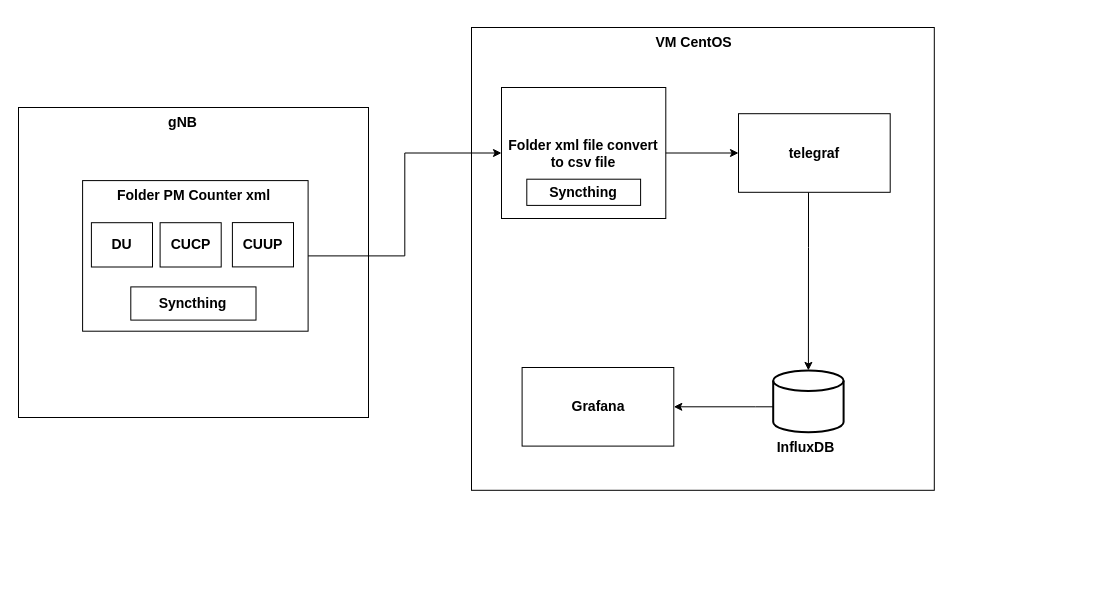
This is Document_Probation/TIG.drawio from lethanhhai279/TMA, a draw.io file, before an edit. Source tidied: cells renumbered, new cells numbered last; positions are measured from the earlier drawing's top-left corner, leaving out a move shared by most shapes. Both pictures are drawn from the tidied source at 100%, with x=0, y=0 at pixel (18, 17).
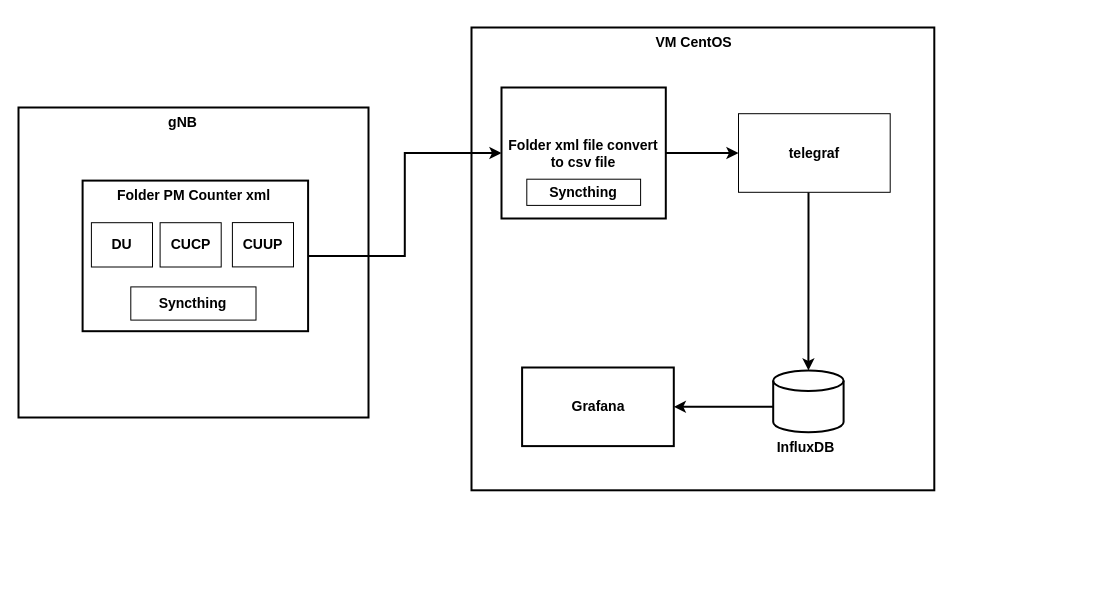
The same diagram, later.

Unchanged cells that the change refers to:
```xml
<mxCell id="3" style="group;" parent="2" vertex="1">
  <mxGeometry y="10" width="530.9" height="556.9" as="geometry" />
</mxCell>
<mxCell id="7" value="&lt;font style=&quot;font-size: 14px;&quot;&gt;&lt;b&gt;telegraf&lt;/b&gt;&lt;/font&gt;" style="rounded=0;whiteSpace=wrap;html=1;" parent="3" vertex="1">
  <mxGeometry x="267" y="86.2" width="151.7" height="78.6" as="geometry" />
</mxCell>
<mxCell id="9" style="group;" parent="3" vertex="1">
  <mxGeometry x="30" y="60" width="164.3" height="131" as="geometry" />
</mxCell>
<mxCell id="16" style="strokeWidth=2;html=1;shape=mxgraph.flowchart.database;whiteSpace=wrap;" parent="15" vertex="1">
  <mxGeometry x="11.7" width="70.4" height="61.9" as="geometry" />
</mxCell>
```

The edit, as a diff of the source:
```diff
@@
-    <mxCell id="4" style="whiteSpace=wrap;html=1;" parent="3" vertex="1">
+    <mxCell id="4" style="whiteSpace=wrap;html=1;strokeWidth=2;" parent="3" vertex="1">
       <mxGeometry width="462.8" height="462.8" as="geometry" />
     </mxCell>
-    <mxCell id="5" value="&lt;b&gt;&lt;font style=&quot;font-size: 14px;&quot;&gt;Grafana&lt;/font&gt;&lt;/b&gt;" style="rounded=0;whiteSpace=wrap;html=1;" parent="3" vertex="1">
+    <mxCell id="5" value="&lt;b&gt;&lt;font style=&quot;font-size: 14px;&quot;&gt;Grafana&lt;/font&gt;&lt;/b&gt;" style="rounded=0;whiteSpace=wrap;html=1;strokeWidth=2;" parent="3" vertex="1">
       <mxGeometry x="50.6" y="340" width="151.7" height="78.6" as="geometry" />
     </mxCell>
-    <mxCell id="6" style="edgeStyle=orthogonalEdgeStyle;rounded=0;jettySize=auto;html=1;entryX=0.5;entryY=0;entryDx=0;entryDy=0;entryPerimeter=0;" parent="3" edge="1" source="7" target="16">
+    <mxCell id="6" style="edgeStyle=orthogonalEdgeStyle;rounded=0;jettySize=auto;html=1;entryX=0.5;entryY=0;entryDx=0;entryDy=0;entryPerimeter=0;strokeWidth=2;" parent="3" edge="1" source="7" target="16">
       <mxGeometry relative="1" as="geometry">
         <Array as="points">
           <mxPoint x="337" y="220" />
           <mxPoint x="337" y="220" />
         </Array>
       </mxGeometry>
     </mxCell>
@@
-    <mxCell id="10" value="&lt;b&gt;&lt;font style=&quot;font-size: 14px;&quot;&gt;Folder xml file convert to csv file&lt;/font&gt;&lt;/b&gt;" style="rounded=0;whiteSpace=wrap;html=1;" parent="9" vertex="1">
+    <mxCell id="10" value="&lt;b&gt;&lt;font style=&quot;font-size: 14px;&quot;&gt;Folder xml file convert to csv file&lt;/font&gt;&lt;/b&gt;" style="rounded=0;whiteSpace=wrap;html=1;strokeWidth=2;" parent="9" vertex="1">
       <mxGeometry width="164.3" height="131" as="geometry" />
     </mxCell>
@@
-    <mxCell id="12" style="edgeStyle=orthogonalEdgeStyle;rounded=0;jettySize=auto;html=1;entryX=0;entryY=0.5;entryDx=0;entryDy=0;" parent="3" edge="1" source="10" target="7">
+    <mxCell id="12" style="edgeStyle=orthogonalEdgeStyle;rounded=0;jettySize=auto;html=1;entryX=0;entryY=0.5;entryDx=0;entryDy=0;strokeWidth=2;" parent="3" edge="1" source="10" target="7">
       <mxGeometry relative="1" as="geometry" />
     </mxCell>
-    <mxCell id="13" style="edgeStyle=orthogonalEdgeStyle;rounded=0;jettySize=auto;html=1;entryX=1;entryY=0.5;entryDx=0;entryDy=0;" parent="3" edge="1" source="16" target="5">
+    <mxCell id="13" style="edgeStyle=orthogonalEdgeStyle;rounded=0;jettySize=auto;html=1;entryX=1;entryY=0.5;entryDx=0;entryDy=0;strokeWidth=2;" parent="3" edge="1" source="16" target="5">
       <mxGeometry relative="1" as="geometry">
         <Array as="points">
           <mxPoint x="284" y="380" />
         </Array>
       </mxGeometry>
     </mxCell>
@@
-    <mxCell id="18" style="group;" parent="1" vertex="1">
+    <mxCell id="18" style="group;strokeWidth=2;" parent="1" vertex="1">
       <mxGeometry y="90" width="350" height="310" as="geometry" />
     </mxCell>
-    <mxCell id="19" style="rounded=0;whiteSpace=wrap;html=1;" parent="18" vertex="1">
+    <mxCell id="19" style="rounded=0;whiteSpace=wrap;html=1;strokeWidth=2;" parent="18" vertex="1">
       <mxGeometry width="350" height="310" as="geometry" />
     </mxCell>
@@
-    <mxCell id="21" style="group;" parent="18" vertex="1">
+    <mxCell id="21" style="group;strokeWidth=2;" parent="18" vertex="1">
       <mxGeometry x="60.3" y="73.1" width="229.3" height="150.6" as="geometry" />
     </mxCell>
-    <mxCell id="22" style="rounded=0;whiteSpace=wrap;html=1;" parent="21" vertex="1">
+    <mxCell id="22" style="rounded=0;whiteSpace=wrap;html=1;strokeWidth=2;" parent="21" vertex="1">
       <mxGeometry x="3.8" width="225.5" height="150.6" as="geometry" />
     </mxCell>
@@
-    <mxCell id="27" style="edgeStyle=orthogonalEdgeStyle;rounded=0;jettySize=auto;html=1;entryX=0;entryY=0.5;entryDx=0;entryDy=0;" parent="1" edge="1" source="22" target="10">
+    <mxCell id="27" style="edgeStyle=orthogonalEdgeStyle;rounded=0;jettySize=auto;html=1;entryX=0;entryY=0.5;entryDx=0;entryDy=0;strokeWidth=2;" parent="1" edge="1" source="22" target="10">
       <mxGeometry relative="1" as="geometry" />
     </mxCell>
```
